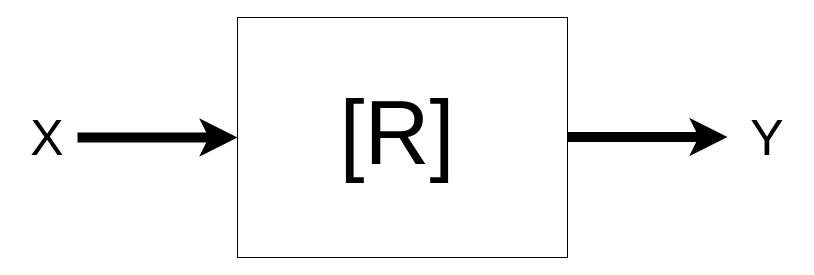
Before: Untitled Diagram.drawio in shubhoj1/myproject, a draw.io diagram. Source tidied: cells renumbered, new cells numbered last; positions are measured from the earlier drawing's top-left corner, leaving out a move shared by most shapes. Both pictures are drawn from the tidied source at 100%, with x=0, y=0 at pixel (17, 17).
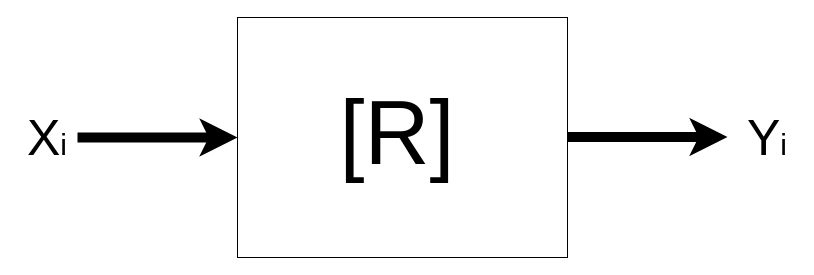
Above is the later version.

The edit, as a diff of the source:
```diff
@@
 <mxGraphModel>
   <root>
     <mxCell id="0" />
     <mxCell id="1" parent="0" />
     <mxCell id="2" style="rounded=0;whiteSpace=wrap;html=1;" parent="1" vertex="1">
       <mxGeometry x="220" width="330" height="240" as="geometry" />
     </mxCell>
     <mxCell id="3" style="endArrow=classic;html=1;rounded=0;entryX=0;entryY=0.5;entryDx=0;entryDy=0;strokeWidth=10;" parent="1" edge="1" target="2">
       <mxGeometry relative="1" as="geometry">
         <mxPoint x="60" y="120" as="sourcePoint" />
       </mxGeometry>
     </mxCell>
     <mxCell id="4" style="endArrow=classic;html=1;rounded=0;entryX=0;entryY=0.5;entryDx=0;entryDy=0;strokeWidth=10;" parent="1" edge="1">
       <mxGeometry relative="1" as="geometry">
         <mxPoint x="550" y="119.5" as="sourcePoint" />
         <mxPoint x="710" y="119.5" as="targetPoint" />
       </mxGeometry>
     </mxCell>
     <mxCell id="5" value="&lt;font style=&quot;font-size: 90px;&quot;&gt;[R]&lt;/font&gt;" style="text;strokeColor=none;align=center;fillColor=none;html=1;verticalAlign=middle;whiteSpace=wrap;rounded=0;" parent="1" vertex="1">
       <mxGeometry x="350" y="100" width="60" height="30" as="geometry" />
     </mxCell>
-    <mxCell id="6" value="&lt;font style=&quot;font-size: 50px;&quot;&gt;X&lt;/font&gt;" style="text;strokeColor=none;align=center;fillColor=none;html=1;verticalAlign=middle;whiteSpace=wrap;rounded=0;" parent="1" vertex="1">
+    <mxCell id="6" value="&lt;font style=&quot;font-size: 50px;&quot;&gt;X&lt;/font&gt;&lt;font style=&quot;font-size: 30px;&quot;&gt;i&lt;/font&gt;" style="text;strokeColor=none;align=center;fillColor=none;html=1;verticalAlign=middle;whiteSpace=wrap;rounded=0;" parent="1" vertex="1">
       <mxGeometry y="105" width="60" height="30" as="geometry" />
     </mxCell>
-    <mxCell id="7" value="&lt;font style=&quot;font-size: 50px;&quot;&gt;Y&lt;/font&gt;" style="text;strokeColor=none;align=center;fillColor=none;html=1;verticalAlign=middle;whiteSpace=wrap;rounded=0;" parent="1" vertex="1">
+    <mxCell id="7" value="&lt;font style=&quot;font-size: 50px;&quot;&gt;Y&lt;/font&gt;&lt;font style=&quot;font-size: 30px;&quot;&gt;i&lt;/font&gt;" style="text;strokeColor=none;align=center;fillColor=none;html=1;verticalAlign=middle;whiteSpace=wrap;rounded=0;" parent="1" vertex="1">
       <mxGeometry x="720" y="105" width="60" height="30" as="geometry" />
     </mxCell>
   </root>
 </mxGraphModel>
```
